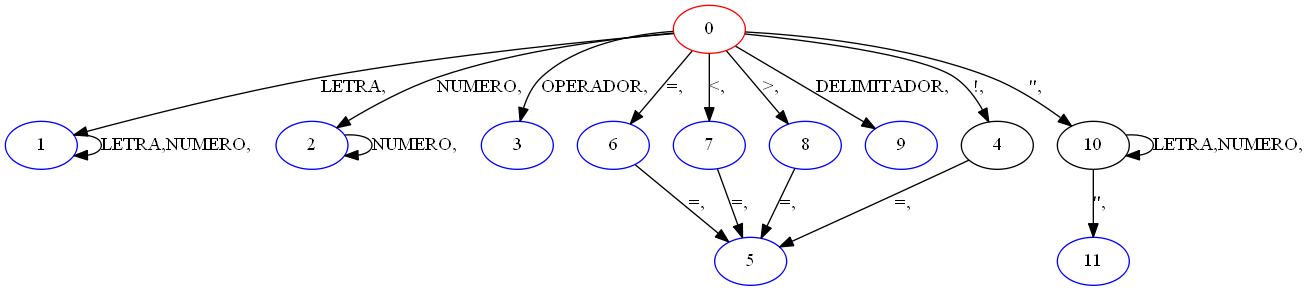
alxs1596/Compilador keeps this Graphviz diagram as Compilador/automata.png. Above is the earlier version. Its source is kept beside it as Compilador/automata.gv.
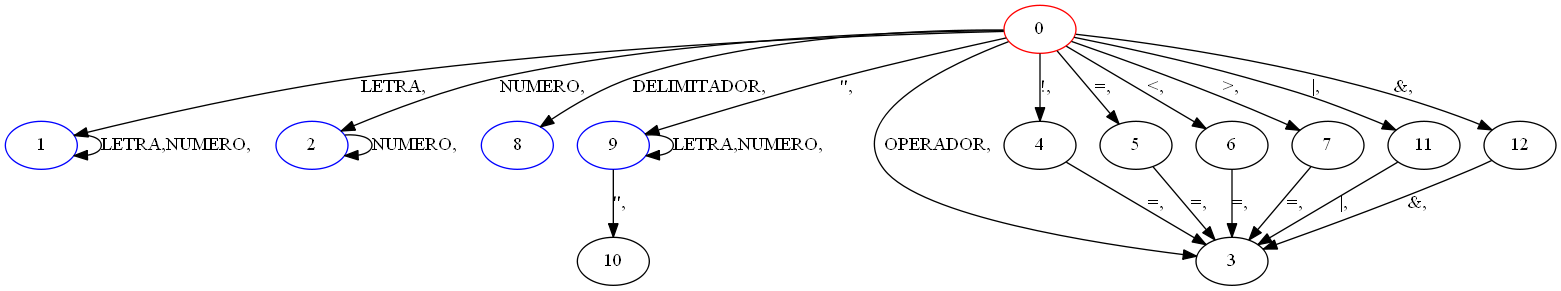
The same file after the commit.

Commit message:
varios cambios en el lexico. agrega un estado al automata.

What changed in the source:
```diff
@@ -2,28 +2,27 @@
 0[color=red]
 1[color=blue]
 2[color=blue]
-3[color=blue]
-5[color=blue]
-6[color=blue]
-7[color=blue]
 8[color=blue]
 9[color=blue]
-11[color=blue]
 0 -> 1 [label="LETRA,"]
 0 -> 2 [label="NUMERO,"]
 0 -> 3 [label="OPERADOR,"]
 0 -> 4 [label="!,"]
-0 -> 6 [label="=,"]
-0 -> 7 [label="<,"]
-0 -> 8 [label=">,"]
-0 -> 9 [label="DELIMITADOR,"]
-0 -> 10 [label="\","]
+0 -> 5 [label="=,"]
+0 -> 6 [label="<,"]
+0 -> 7 [label=">,"]
+0 -> 8 [label="DELIMITADOR,"]
+0 -> 9 [label="\","]
+0 -> 11 [label="|,"]
+0 -> 12 [label="&,"]
 1 -> 1 [label="LETRA,NUMERO,"]
 2 -> 2 [label="NUMERO,"]
-4 -> 5 [label="=,"]
-6 -> 5 [label="=,"]
-7 -> 5 [label="=,"]
-8 -> 5 [label="=,"]
-10 -> 10 [label="LETRA,NUMERO,"]
-10 -> 11 [label="\","]
+4 -> 3 [label="=,"]
+5 -> 3 [label="=,"]
+6 -> 3 [label="=,"]
+7 -> 3 [label="=,"]
+9 -> 9 [label="LETRA,NUMERO,"]
+9 -> 10 [label="\","]
+11 -> 3 [label="|,"]
+12 -> 3 [label="&,"]
 }
```
